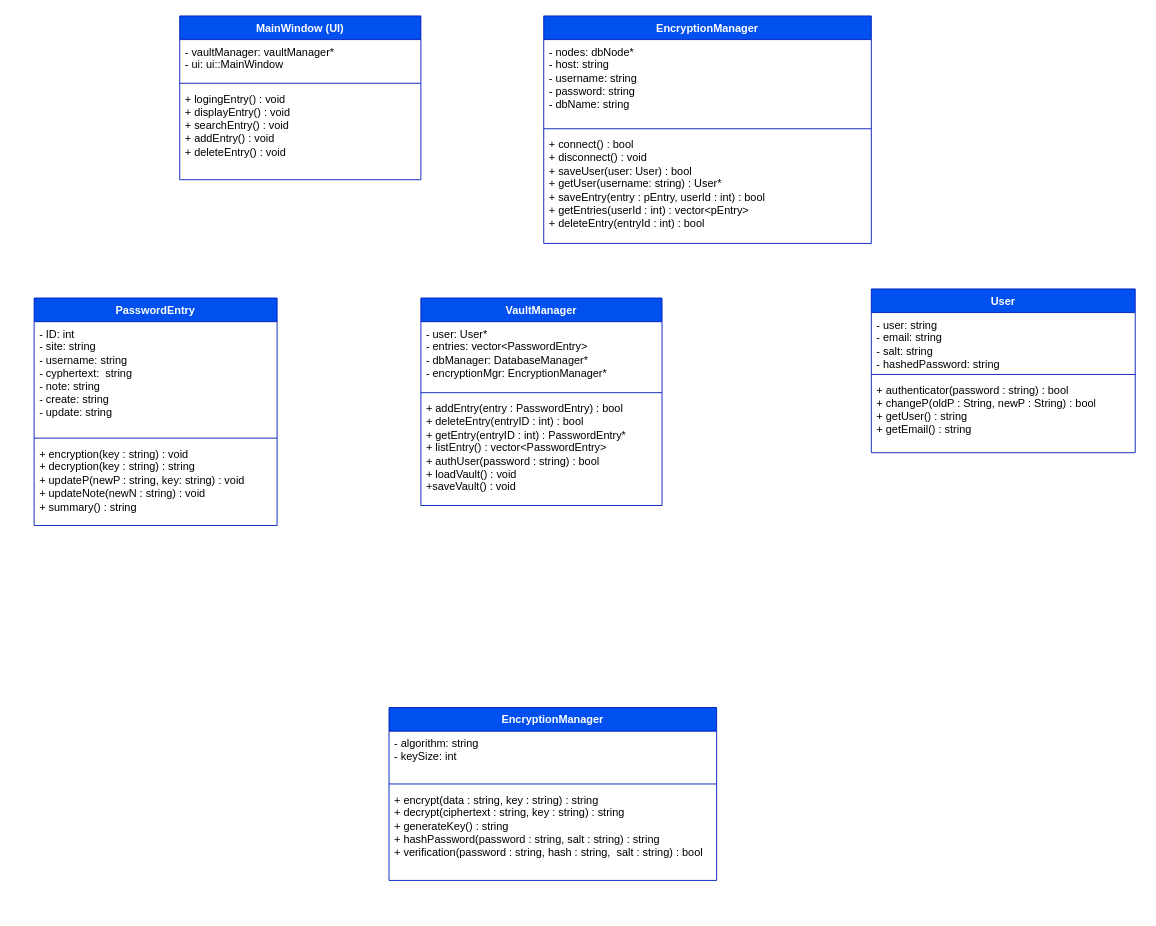
Before: docs/UML_Password-Manager.drawio in WilmerSoriano/Password-Manager, a draw.io diagram. Source tidied: cells renumbered, new cells numbered last; positions are measured from the earlier drawing's top-left corner, leaving out a move shared by most shapes. Both pictures are drawn from the tidied source at 91%, with x=0, y=0 at pixel (34, 15).
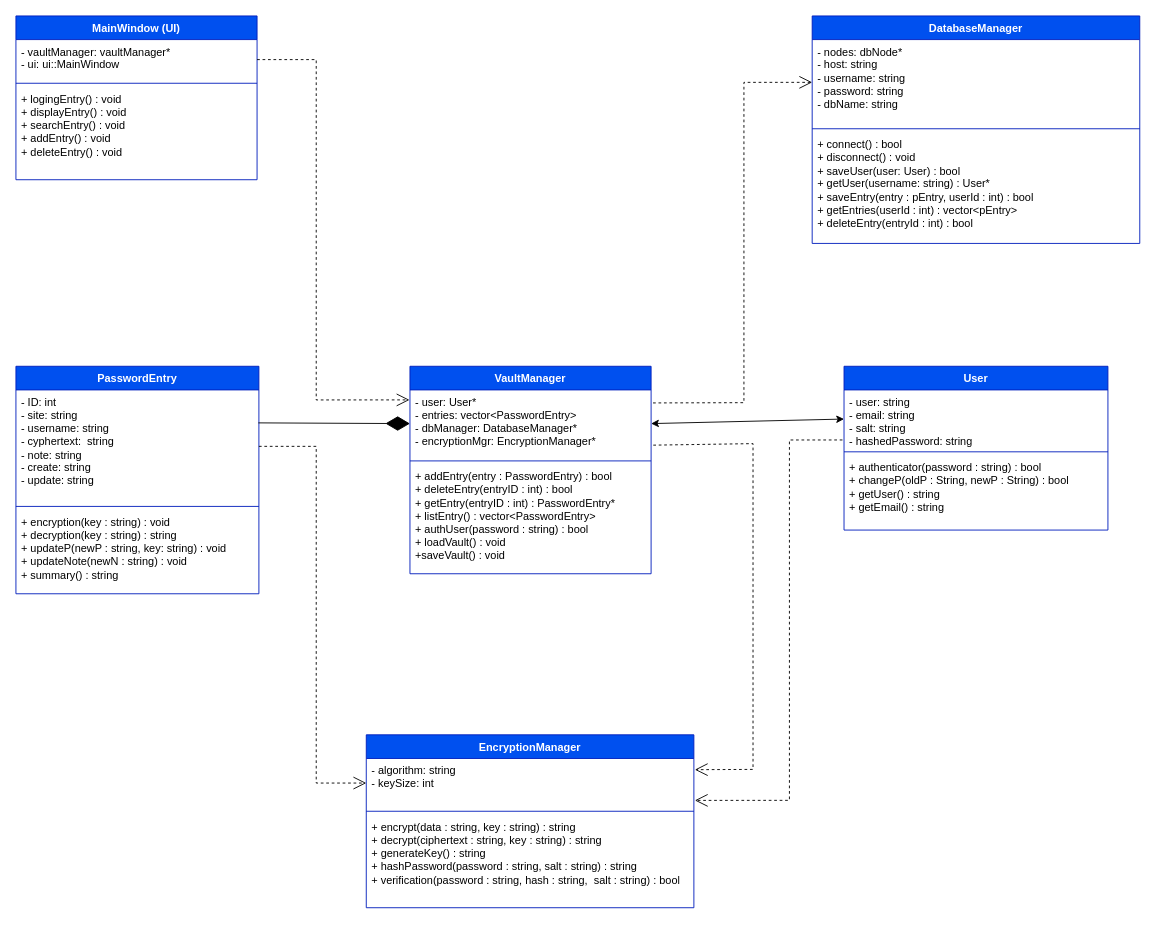
The same page after the edit.

Commit message:
Fixed relationship arrows to be more organized

Unchanged cells that the change refers to:
```xml
<mxCell id="3" value="- vaultManager: vaultManager*&lt;div&gt;- ui: ui::MainWindow&lt;/div&gt;" style="text;strokeColor=none;fillColor=none;align=left;verticalAlign=top;spacingLeft=4;spacingRight=4;overflow=hidden;points=[[0,0.5],[1,0.5]];portConstraint=eastwest;whiteSpace=wrap;html=1;" parent="2" vertex="1">
  <mxGeometry y="26" width="265" height="44" as="geometry" />
</mxCell>
<mxCell id="7" value="- user: User*&lt;div&gt;- entries: vector&amp;lt;PasswordEntry&amp;gt;&lt;/div&gt;&lt;div&gt;- dbManager: DatabaseManager*&lt;/div&gt;&lt;div&gt;- encryptionMgr: EncryptionManager*&lt;/div&gt;" style="text;strokeColor=none;fillColor=none;align=left;verticalAlign=top;spacingLeft=4;spacingRight=4;overflow=hidden;points=[[0,0.5],[1,0.5]];portConstraint=eastwest;whiteSpace=wrap;html=1;" parent="6" vertex="1">
  <mxGeometry y="26" width="265" height="74" as="geometry" />
</mxCell>
<mxCell id="11" value="- user: string&lt;div&gt;- email: string&lt;/div&gt;&lt;div&gt;- salt: string&lt;/div&gt;&lt;div&gt;- hashedPassword: string&lt;/div&gt;" style="text;strokeColor=none;fillColor=none;align=left;verticalAlign=top;spacingLeft=4;spacingRight=4;overflow=hidden;points=[[0,0.5],[1,0.5]];portConstraint=eastwest;whiteSpace=wrap;html=1;" parent="10" vertex="1">
  <mxGeometry y="26" width="290" height="64" as="geometry" />
</mxCell>
<mxCell id="15" value="- ID: int&lt;div&gt;- site: string&lt;/div&gt;&lt;div&gt;- username: string&lt;/div&gt;&lt;div&gt;- cyphertext:&amp;nbsp; string&lt;/div&gt;&lt;div&gt;- note: string&lt;/div&gt;&lt;div&gt;- create: string&lt;/div&gt;&lt;div&gt;- update: string&lt;/div&gt;" style="text;strokeColor=none;fillColor=none;align=left;verticalAlign=top;spacingLeft=4;spacingRight=4;overflow=hidden;points=[[0,0.5],[1,0.5]];portConstraint=eastwest;whiteSpace=wrap;html=1;" parent="14" vertex="1">
  <mxGeometry y="26" width="267" height="124" as="geometry" />
</mxCell>
<mxCell id="19" value="- algorithm: string&lt;div&gt;- keySize: int&lt;/div&gt;" style="text;strokeColor=none;fillColor=none;align=left;verticalAlign=top;spacingLeft=4;spacingRight=4;overflow=hidden;points=[[0,0.5],[1,0.5]];portConstraint=eastwest;whiteSpace=wrap;html=1;" parent="18" vertex="1">
  <mxGeometry y="26" width="360" height="54" as="geometry" />
</mxCell>
<mxCell id="23" value="- nodes: dbNode*&lt;div&gt;- host: string&lt;/div&gt;&lt;div&gt;- username: string&lt;/div&gt;&lt;div&gt;- password: string&lt;/div&gt;&lt;div&gt;- dbName: string&lt;/div&gt;" style="text;strokeColor=none;fillColor=none;align=left;verticalAlign=top;spacingLeft=4;spacingRight=4;overflow=hidden;points=[[0,0.5],[1,0.5]];portConstraint=eastwest;whiteSpace=wrap;html=1;" parent="22" vertex="1">
  <mxGeometry y="26" width="360" height="94" as="geometry" />
</mxCell>
```

What changed in the source:
```diff
@@
     <mxCell id="2" value="MainWindow (UI)" style="swimlane;fontStyle=1;align=center;verticalAlign=top;horizontal=1;startSize=26;whiteSpace=wrap;html=1;fillColor=#0050ef;fontColor=#ffffff;strokeColor=#001DBC;" parent="1" vertex="1">
-      <mxGeometry x="160" width="265" height="180" as="geometry" />
+      <mxGeometry x="-20" width="265" height="180" as="geometry" />
     </mxCell>
@@
     <mxCell id="6" value="VaultManager" style="swimlane;fontStyle=1;align=center;verticalAlign=top;horizontal=1;startSize=26;whiteSpace=wrap;html=1;fillColor=#0050ef;fontColor=#ffffff;strokeColor=#001DBC;" parent="1" vertex="1">
-      <mxGeometry x="425" y="310" width="265" height="228" as="geometry" />
+      <mxGeometry x="413" y="385" width="265" height="228" as="geometry" />
     </mxCell>
@@
     <mxCell id="10" value="User" style="swimlane;fontStyle=1;align=center;verticalAlign=top;horizontal=1;startSize=26;whiteSpace=wrap;html=1;fillColor=#0050ef;fontColor=#ffffff;strokeColor=#001DBC;" parent="1" vertex="1">
-      <mxGeometry x="920" y="300" width="290" height="180" as="geometry" />
+      <mxGeometry x="890" y="385" width="290" height="180" as="geometry" />
     </mxCell>
@@
     <mxCell id="14" value="PasswordEntry" style="swimlane;fontStyle=1;align=center;verticalAlign=top;horizontal=1;startSize=26;whiteSpace=wrap;html=1;fillColor=#0050ef;fontColor=#ffffff;strokeColor=#001DBC;" parent="1" vertex="1">
-      <mxGeometry y="310" width="267" height="250" as="geometry" />
+      <mxGeometry x="-20" y="385" width="267" height="250" as="geometry" />
     </mxCell>
@@
     <mxCell id="18" value="EncryptionManager" style="swimlane;fontStyle=1;align=center;verticalAlign=top;horizontal=1;startSize=26;whiteSpace=wrap;html=1;fillColor=#0050ef;fontColor=#ffffff;strokeColor=#001DBC;" parent="1" vertex="1">
-      <mxGeometry x="390" y="760" width="360" height="190" as="geometry" />
+      <mxGeometry x="365" y="790" width="360" height="190" as="geometry" />
     </mxCell>
@@
-    <mxCell id="22" value="EncryptionManager" style="swimlane;fontStyle=1;align=center;verticalAlign=top;horizontal=1;startSize=26;whiteSpace=wrap;html=1;fillColor=#0050ef;fontColor=#ffffff;strokeColor=#001DBC;" parent="1" vertex="1">
-      <mxGeometry x="560" width="360" height="250" as="geometry" />
+    <mxCell id="22" value="DatabaseManager&lt;div&gt;&lt;br&gt;&lt;/div&gt;" style="swimlane;fontStyle=1;align=center;verticalAlign=top;horizontal=1;startSize=26;whiteSpace=wrap;html=1;fillColor=#0050ef;fontColor=#ffffff;strokeColor=#001DBC;" parent="1" vertex="1">
+      <mxGeometry x="855" width="360" height="250" as="geometry" />
     </mxCell>
@@
+    <mxCell id="26" style="endArrow=open;endSize=12;dashed=1;html=1;rounded=0;exitX=1;exitY=0.5;exitDx=0;exitDy=0;entryX=-0.002;entryY=0.148;entryDx=0;entryDy=0;entryPerimeter=0;" parent="1" edge="1" source="3" target="7">
+      <mxGeometry relative="1" as="geometry">
+        <Array as="points">
+          <mxPoint x="310" y="48" />
+          <mxPoint x="310" y="422" />
+        </Array>
+      </mxGeometry>
+    </mxCell>
+    <mxCell id="27" style="endArrow=classic;startArrow=classic;html=1;rounded=0;entryX=0;entryY=0.5;entryDx=0;entryDy=0;exitX=1;exitY=0.5;exitDx=0;exitDy=0;" parent="1" edge="1" source="7" target="11">
+      <mxGeometry relative="1" as="geometry" />
+    </mxCell>
+    <mxCell id="28" style="endArrow=diamondThin;endFill=1;endSize=24;html=1;rounded=0;entryX=0;entryY=0.5;entryDx=0;entryDy=0;exitX=0.998;exitY=0.292;exitDx=0;exitDy=0;exitPerimeter=0;" parent="1" edge="1" source="15" target="7">
+      <mxGeometry relative="1" as="geometry" />
+    </mxCell>
+    <mxCell id="29" style="endArrow=open;endSize=12;dashed=1;html=1;rounded=0;entryX=0;entryY=0.5;entryDx=0;entryDy=0;exitX=1.008;exitY=0.193;exitDx=0;exitDy=0;exitPerimeter=0;" parent="1" edge="1" source="7" target="23">
+      <mxGeometry relative="1" as="geometry">
+        <Array as="points">
+          <mxPoint x="780" y="425" />
+          <mxPoint x="780" y="73" />
+        </Array>
+      </mxGeometry>
+    </mxCell>
+    <mxCell id="30" style="endArrow=open;endSize=12;dashed=1;html=1;rounded=0;exitX=1.009;exitY=0.82;exitDx=0;exitDy=0;exitPerimeter=0;entryX=1.003;entryY=0.228;entryDx=0;entryDy=0;entryPerimeter=0;" parent="1" edge="1" source="7" target="19">
+      <mxGeometry relative="1" as="geometry">
+        <Array as="points">
+          <mxPoint x="790" y="470" />
+          <mxPoint x="790" y="828" />
+        </Array>
+      </mxGeometry>
+    </mxCell>
+    <mxCell id="31" style="endArrow=open;endSize=12;dashed=1;html=1;rounded=0;exitX=-0.006;exitY=0.859;exitDx=0;exitDy=0;exitPerimeter=0;entryX=1.003;entryY=0.853;entryDx=0;entryDy=0;entryPerimeter=0;" parent="1" edge="1" source="11" target="19">
+      <mxGeometry relative="1" as="geometry">
+        <Array as="points">
+          <mxPoint x="830" y="466" />
+          <mxPoint x="830" y="862" />
+        </Array>
+      </mxGeometry>
+    </mxCell>
+    <mxCell id="32" style="endArrow=open;endSize=12;dashed=1;html=1;rounded=0;exitX=1;exitY=0.5;exitDx=0;exitDy=0;entryX=0;entryY=0.5;entryDx=0;entryDy=0;" parent="1" edge="1" source="15" target="19">
+      <mxGeometry relative="1" as="geometry">
+        <Array as="points">
+          <mxPoint x="310" y="473" />
+          <mxPoint x="310" y="843" />
+        </Array>
+      </mxGeometry>
+    </mxCell>
```
